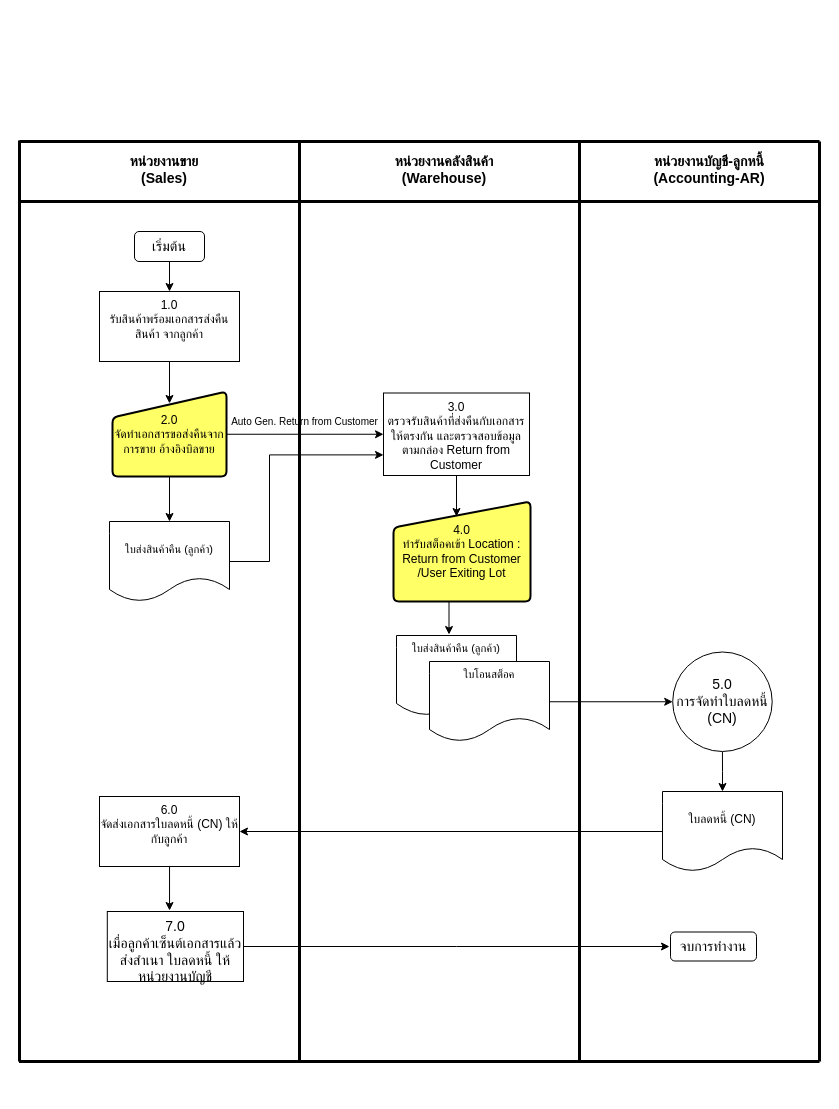
This is page "Return from Customer" (7 of 9) of Untitled Diagram.drawio from Rattapornp94/hello-wold, a draw.io file, before an edit. Source tidied: cells renumbered, new cells numbered last; positions are measured from the earlier drawing's top-left corner, leaving out a move shared by most shapes. Both pictures are drawn from the tidied source at 100%, with x=0, y=0 at pixel (19, 140).
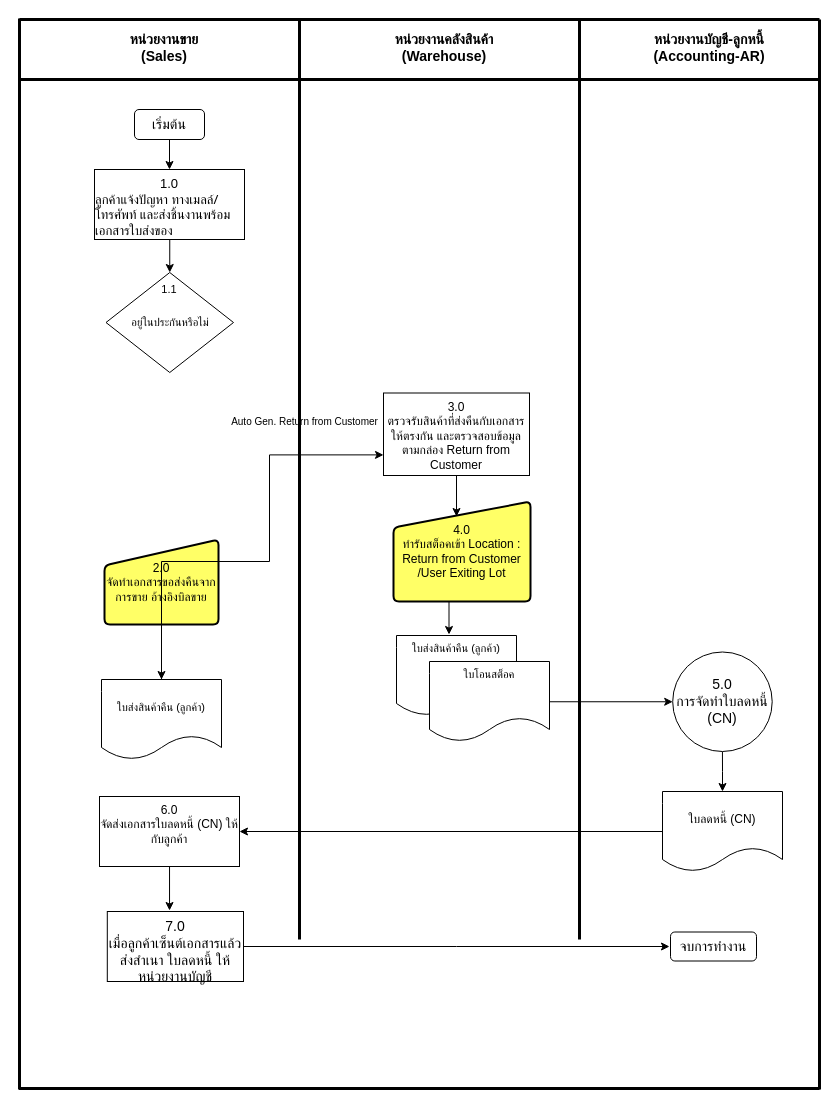
The same page after the edit.

The change refers to these unchanged cells:
```xml
<mxCell id="27" value="&lt;div&gt;&lt;span&gt;3.0&lt;/span&gt;&lt;/div&gt;ตรวจรับสินค้าที่ส่งคืนกับเอกสารให้ตรงกัน และตรวจสอบข้อมูลตามกล่อง Return from Customer" style="rounded=0;whiteSpace=wrap;html=1;fontSize=12;verticalAlign=top;align=center;" parent="1" vertex="1">
  <mxGeometry x="364" y="252.5" width="146" height="82.5" as="geometry" />
</mxCell>
```

What changed in the source:
```diff
@@
     <mxCell id="2" style="endArrow=none;html=1;strokeWidth=3;" parent="1" edge="1">
       <mxGeometry relative="1" as="geometry">
-        <mxPoint y="921" as="sourcePoint" />
-        <mxPoint as="targetPoint" />
+        <mxPoint y="949" as="sourcePoint" />
+        <mxPoint y="-122" as="targetPoint" />
       </mxGeometry>
     </mxCell>
     <mxCell id="3" style="endArrow=none;html=1;strokeWidth=3;" parent="1" edge="1">
       <mxGeometry relative="1" as="geometry">
-        <mxPoint y="1" as="sourcePoint" />
-        <mxPoint x="800" y="1" as="targetPoint" />
+        <mxPoint y="-121" as="sourcePoint" />
+        <mxPoint x="800" y="-121" as="targetPoint" />
       </mxGeometry>
     </mxCell>
     <mxCell id="4" style="endArrow=none;html=1;strokeWidth=3;" parent="1" edge="1">
       <mxGeometry relative="1" as="geometry">
-        <mxPoint x="280" y="921" as="sourcePoint" />
-        <mxPoint x="280" y="1" as="targetPoint" />
+        <mxPoint x="280" y="799" as="sourcePoint" />
+        <mxPoint x="280" y="-121" as="targetPoint" />
       </mxGeometry>
     </mxCell>
     <mxCell id="5" style="endArrow=none;html=1;strokeWidth=3;" parent="1" edge="1">
       <mxGeometry relative="1" as="geometry">
-        <mxPoint x="560" y="921" as="sourcePoint" />
-        <mxPoint x="560" y="1" as="targetPoint" />
+        <mxPoint x="560" y="799" as="sourcePoint" />
+        <mxPoint x="560" y="-121" as="targetPoint" />
       </mxGeometry>
     </mxCell>
     <mxCell id="6" style="endArrow=none;html=1;strokeWidth=3;" parent="1" edge="1">
       <mxGeometry relative="1" as="geometry">
-        <mxPoint y="61" as="sourcePoint" />
-        <mxPoint x="800" y="61" as="targetPoint" />
+        <mxPoint y="-61" as="sourcePoint" />
+        <mxPoint x="800" y="-61" as="targetPoint" />
       </mxGeometry>
     </mxCell>
     <mxCell id="7" value="หน่วยงานขาย&lt;br&gt;(Sales)" style="text;html=1;strokeColor=none;fillColor=none;align=center;verticalAlign=middle;whiteSpace=wrap;rounded=0;fontSize=14;fontStyle=1;" parent="1" vertex="1">
-      <mxGeometry x="60" y="14" width="170" height="30" as="geometry" />
+      <mxGeometry x="60" y="-108" width="170" height="30" as="geometry" />
     </mxCell>
     <mxCell id="8" value="หน่วยงานคลังสินค้า&lt;br style=&quot;font-size: 14px&quot;&gt;(Warehouse)" style="text;html=1;strokeColor=none;fillColor=none;align=center;verticalAlign=middle;whiteSpace=wrap;rounded=0;fontSize=14;fontStyle=1;" parent="1" vertex="1">
-      <mxGeometry x="340" y="14" width="170" height="30" as="geometry" />
+      <mxGeometry x="340" y="-108" width="170" height="30" as="geometry" />
     </mxCell>
@@
     <mxCell id="10" value="เริ่มต้น" style="rounded=1;whiteSpace=wrap;html=1;fontSize=14;" parent="1" vertex="1">
-      <mxGeometry x="115" y="91" width="70" height="30" as="geometry" />
+      <mxGeometry x="115" y="-31" width="70" height="30" as="geometry" />
     </mxCell>
@@
     <mxCell id="12" style="endArrow=none;html=1;strokeWidth=3;" parent="1" edge="1">
       <mxGeometry relative="1" as="geometry">
-        <mxPoint x="-0.5" y="921" as="sourcePoint" />
-        <mxPoint x="800" y="921" as="targetPoint" />
+        <mxPoint x="-0.5" y="948" as="sourcePoint" />
+        <mxPoint x="800" y="948" as="targetPoint" />
       </mxGeometry>
     </mxCell>
@@
-    <mxCell id="16" style="edgeStyle=orthogonalEdgeStyle;rounded=0;jettySize=auto;html=1;entryX=0;entryY=0.5;entryDx=0;entryDy=0;fontSize=10;" parent="1" edge="1" source="17" target="27">
-      <mxGeometry relative="1" as="geometry">
-        <Array as="points">
-          <mxPoint x="207" y="294" />
-          <mxPoint x="207" y="294" />
-        </Array>
-      </mxGeometry>
-    </mxCell>
     <mxCell id="17" value="2.0&lt;br&gt;จัดทำเอกสารขอส่งคืนจากการขาย อ้างอิงบิลขาย" style="html=1;strokeWidth=2;shape=manualInput;whiteSpace=wrap;rounded=1;size=26;arcSize=11;fontSize=12;align=center;verticalAlign=middle;fillColor=#FFFF66;" parent="1" vertex="1">
-      <mxGeometry x="93" y="251" width="114" height="85" as="geometry" />
+      <mxGeometry x="85" y="399" width="114" height="85" as="geometry" />
     </mxCell>
@@
-    <mxCell id="20" style="edgeStyle=orthogonalEdgeStyle;rounded=0;jettySize=auto;html=1;entryX=0.5;entryY=0.141;entryDx=0;entryDy=0;entryPerimeter=0;" parent="1" edge="1" source="21" target="17">
-      <mxGeometry relative="1" as="geometry" />
-    </mxCell>
+    <mxCell id="39" style="edgeStyle=orthogonalEdgeStyle;rounded=0;jettySize=auto;html=1;entryX=0.5;entryY=0;entryDx=0;entryDy=0;fontSize=11;" parent="1" edge="1" source="21" target="40">
+      <mxGeometry relative="1" as="geometry">
+        <Array as="points">
+          <mxPoint x="150" y="99" />
+          <mxPoint x="150" y="99" />
+        </Array>
+      </mxGeometry>
+    </mxCell>
-    <mxCell id="21" value="&lt;div&gt;&lt;span&gt;1.0&lt;/span&gt;&lt;/div&gt;รับสินค้าพร้อมเอกสารส่งคืนสินค้า จากลูกค้า" style="rounded=0;whiteSpace=wrap;html=1;fontSize=12;verticalAlign=top;align=center;" parent="1" vertex="1">
-      <mxGeometry x="80" y="151" width="140" height="70" as="geometry" />
+    <mxCell id="21" value="&lt;div style=&quot;font-size: 13px&quot;&gt;&lt;font style=&quot;font-size: 13px&quot;&gt;1.0&lt;/font&gt;&lt;/div&gt;&lt;div style=&quot;font-size: 13px&quot;&gt;&lt;p style=&quot;margin-top: 0pt ; margin-bottom: 0pt ; margin-left: 0in ; text-indent: 0in ; text-align: left&quot;&gt;&lt;font style=&quot;font-size: 13px&quot;&gt;&lt;span style=&quot;font-family: &amp;#34;tahoma&amp;#34;&quot;&gt;ลูกค้าแจ้งปัญหา&lt;/span&gt;&lt;span style=&quot;font-family: &amp;#34;calibri&amp;#34;&quot;&gt; &lt;/span&gt;&lt;span style=&quot;font-family: &amp;#34;tahoma&amp;#34;&quot;&gt;ทางเมลล์/โทรศัพท์ และส่งชิ้นงานพร้อมเอกสารใบส่งของ&amp;nbsp;&lt;/span&gt;&lt;/font&gt;&lt;/p&gt;&lt;/div&gt;" style="rounded=0;whiteSpace=wrap;html=1;fontSize=12;verticalAlign=top;align=center;" parent="1" vertex="1">
+      <mxGeometry x="75" y="29" width="150" height="70" as="geometry" />
     </mxCell>
     <mxCell id="22" style="endArrow=none;html=1;strokeWidth=3;" parent="1" edge="1">
       <mxGeometry relative="1" as="geometry">
-        <mxPoint x="800" y="921" as="sourcePoint" />
-        <mxPoint x="800" y="1" as="targetPoint" />
+        <mxPoint x="800" y="949" as="sourcePoint" />
+        <mxPoint x="800" y="-121" as="targetPoint" />
       </mxGeometry>
     </mxCell>
     <mxCell id="23" value="หน่วยงานบัญชี-ลูกหนี้&lt;br style=&quot;font-size: 14px&quot;&gt;(Accounting-AR)" style="text;html=1;strokeColor=none;fillColor=none;align=center;verticalAlign=middle;whiteSpace=wrap;rounded=0;fontSize=14;fontStyle=1;" parent="1" vertex="1">
-      <mxGeometry x="600" y="14" width="180" height="30" as="geometry" />
+      <mxGeometry x="600" y="-108" width="180" height="30" as="geometry" />
     </mxCell>
@@
     <mxCell id="25" value="ใบส่งสินค้าคืน (ลูกค้า)" style="shape=document;whiteSpace=wrap;html=1;boundedLbl=1;fontSize=11;" parent="1" vertex="1">
-      <mxGeometry x="90" y="381" width="120" height="80" as="geometry" />
+      <mxGeometry x="82" y="539" width="120" height="80" as="geometry" />
     </mxCell>
@@
+    <mxCell id="40" value="อยู่ในประกันหรือไม่" style="rhombus;whiteSpace=wrap;html=1;fontSize=11;align=center;" parent="1" vertex="1">
+      <mxGeometry x="86.5" y="132" width="127.5" height="100" as="geometry" />
+    </mxCell>
+    <mxCell id="41" value="1.1" style="text;html=1;strokeColor=none;fillColor=none;align=center;verticalAlign=middle;whiteSpace=wrap;rounded=0;fontSize=11;" parent="1" vertex="1">
+      <mxGeometry x="130.2" y="139" width="40" height="20" as="geometry" />
+    </mxCell>
```
